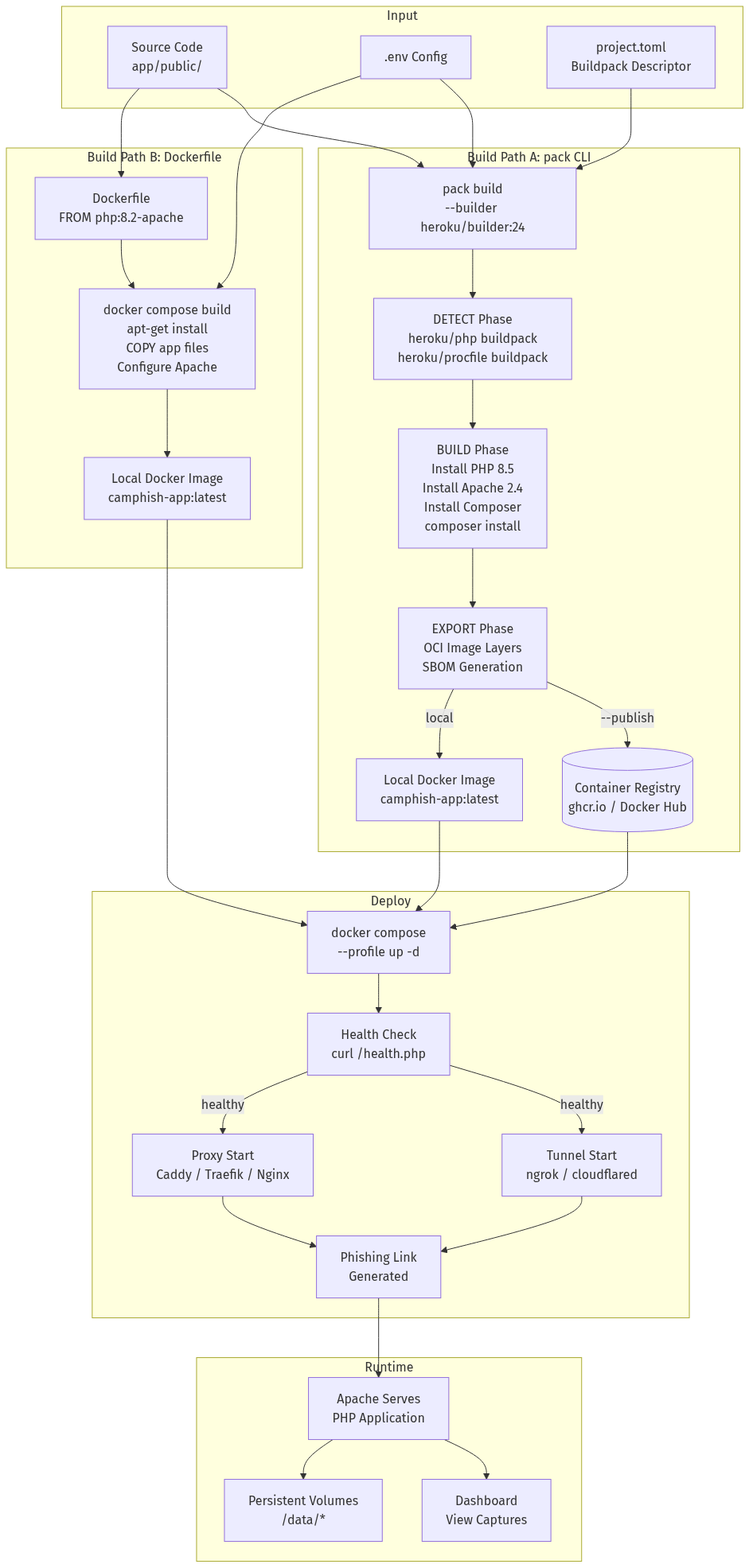
yashodhank/CamPhish keeps this Mermaid diagram as docs/diagrams/build-deploy-flow.png. Above is the earlier version. Its source is kept beside it as docs/diagrams/build-deploy-flow.mmd.
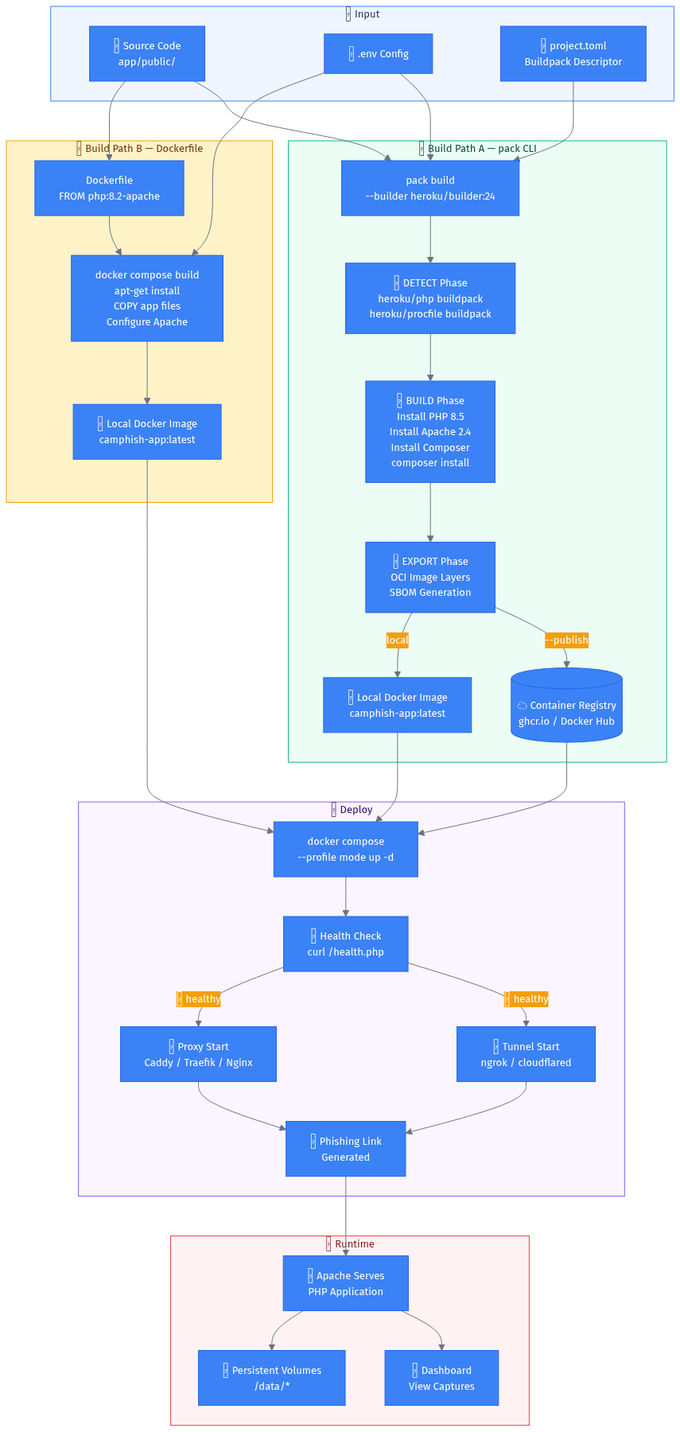
Later version of the same file.

Diff of the diagram source:
```diff
@@ -1,37 +1,43 @@
+%%{init: {'theme': 'base', 'themeVariables': {'primaryColor': '#3b82f6','primaryTextColor': '#ffffff','primaryBorderColor': '#2563eb','lineColor': '#6b7280','secondaryColor': '#f59e0b','tertiaryColor': '#10b981','fontSize': '13px'}}}%%
 flowchart TD
-  subgraph "Input"
-    SOURCE["Source Code\napp/public/"]
-    ENV[".env Config"]
-    TOML["project.toml\nBuildpack Descriptor"]
+  subgraph INPUT["📥 Input"]
+    direction LR
+    SOURCE["📁 Source Code\napp/public/"]
+    ENV["⚙ .env Config"]
+    TOML["📋 project.toml\nBuildpack Descriptor"]
   end
 
-  subgraph "Build Path A: pack CLI"
+  subgraph PACK_PATH["🔷 Build Path A — pack CLI"]
+    direction TB
     PACK["pack build\n--builder heroku/builder:24"]
-    DETECT["DETECT Phase\nheroku/php buildpack\nheroku/procfile buildpack"]
-    BUILD["BUILD Phase\nInstall PHP 8.5\nInstall Apache 2.4\nInstall Composer\ncomposer install"]
-    EXPORT["EXPORT Phase\nOCI Image Layers\nSBOM Generation"]
-    REGISTRY[("Container Registry\nghcr.io / Docker Hub")]
-    LOCAL_IMAGE["Local Docker Image\ncamphish-app:latest"]
+    DETECT["🔍 DETECT Phase\nheroku/php buildpack\nheroku/procfile buildpack"]
+    BUILD["🔧 BUILD Phase\nInstall PHP 8.5\nInstall Apache 2.4\nInstall Composer\ncomposer install"]
+    EXPORT["📦 EXPORT Phase\nOCI Image Layers\nSBOM Generation"]
+    REGISTRY[("☁ Container Registry\nghcr.io / Docker Hub")]
+    LOCAL_IMAGE["💿 Local Docker Image\ncamphish-app:latest"]
   end
 
-  subgraph "Build Path B: Dockerfile"
+  subgraph DOCKER_PATH["🔶 Build Path B — Dockerfile"]
+    direction TB
     DOCKERFILE["Dockerfile\nFROM php:8.2-apache"]
     DOCKER_BUILD["docker compose build\napt-get install\nCOPY app files\nConfigure Apache"]
-    DOCKER_IMAGE["Local Docker Image\ncamphish-app:latest"]
+    DOCKER_IMAGE["💿 Local Docker Image\ncamphish-app:latest"]
   end
 
-  subgraph "Deploy"
-    COMPOSE["docker compose\n--profile <mode> up -d"]
-    HEALTH["Health Check\ncurl /health.php"]
-    TUNNEL["Tunnel Start\nngrok / cloudflared"]
-    PROXY["Proxy Start\nCaddy / Traefik / Nginx"]
-    LINK["Phishing Link\nGenerated"]
+  subgraph DEPLOY["🚀 Deploy"]
+    direction TB
+    COMPOSE["docker compose\n--profile mode up -d"]
+    HEALTH["💚 Health Check\ncurl /health.php"]
+    TUNNEL["🔗 Tunnel Start\nngrok / cloudflared"]
+    PROXY["🔀 Proxy Start\nCaddy / Traefik / Nginx"]
+    LINK["🔗 Phishing Link\nGenerated"]
   end
 
-  subgraph "Runtime"
-    SERVE["Apache Serves\nPHP Application"]
-    MONITOR["Dashboard\nView Captures"]
-    PERSIST["Persistent Volumes\n/data/*"]
+  subgraph RUNTIME["⚡ Runtime"]
+    direction LR
+    SERVE["🌐 Apache Serves\nPHP Application"]
+    MONITOR["📊 Dashboard\nView Captures"]
+    PERSIST["💾 Persistent Volumes\n/data/*"]
   end
 
   SOURCE --> PACK
@@ -54,10 +60,16 @@
   DOCKER_IMAGE --> COMPOSE
 
   COMPOSE --> HEALTH
-  HEALTH -->|"healthy"| TUNNEL
-  HEALTH -->|"healthy"| PROXY
+  HEALTH -->|"✅ healthy"| TUNNEL
+  HEALTH -->|"✅ healthy"| PROXY
   TUNNEL --> LINK
   PROXY --> LINK
   LINK --> SERVE
   SERVE --> MONITOR
   SERVE --> PERSIST
+
+  style INPUT fill:#eff6ff,stroke:#3b82f6,color:#1e3a5f
+  style PACK_PATH fill:#ecfdf5,stroke:#10b981,color:#064e3b
+  style DOCKER_PATH fill:#fef3c7,stroke:#f59e0b,color:#78350f
+  style DEPLOY fill:#faf5ff,stroke:#8b5cf6,color:#3b0764
+  style RUNTIME fill:#fef2f2,stroke:#ef4444,color:#7f1d1d
```
